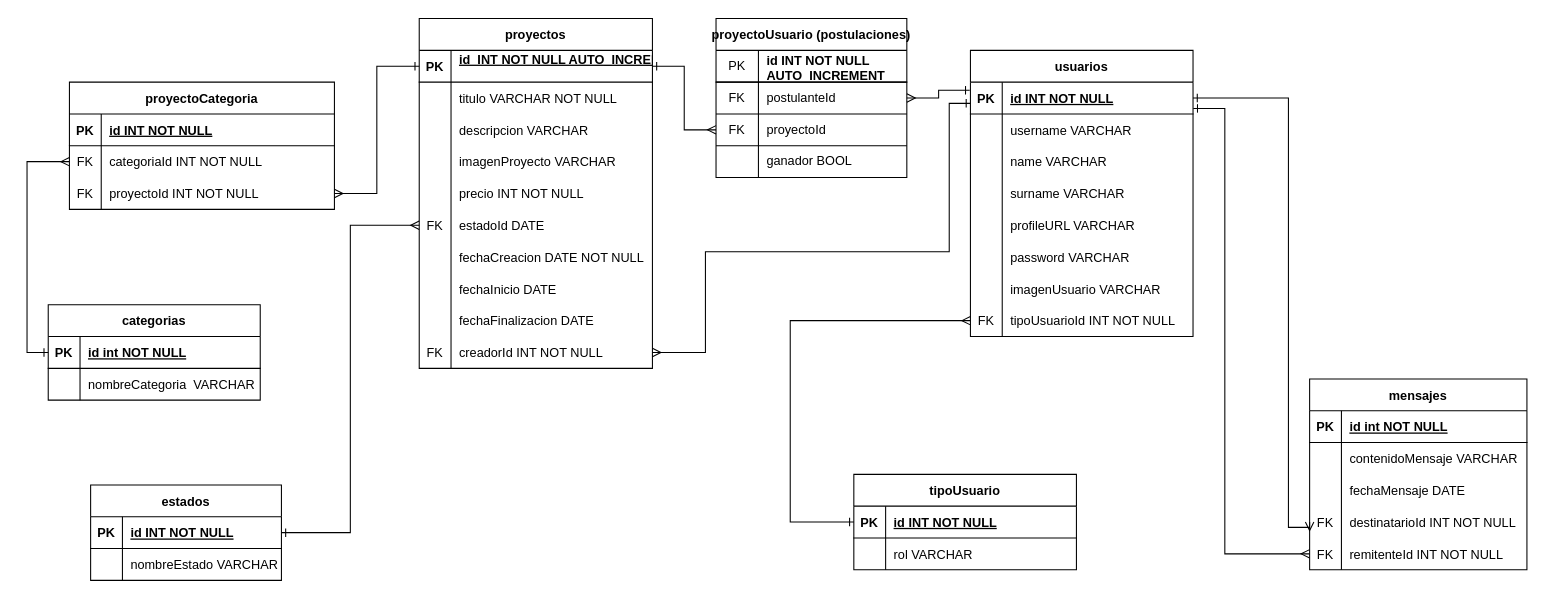
Before: docs/Diagrama_ER.drawio in 0122CDFSNCN06LAED/grupo-05, a draw.io diagram. Source tidied: cells renumbered, new cells numbered last; positions are measured from the earlier drawing's top-left corner, leaving out a move shared by most shapes. Both pictures are drawn from the tidied source at 106%, with x=0, y=0 at pixel (48, 18).
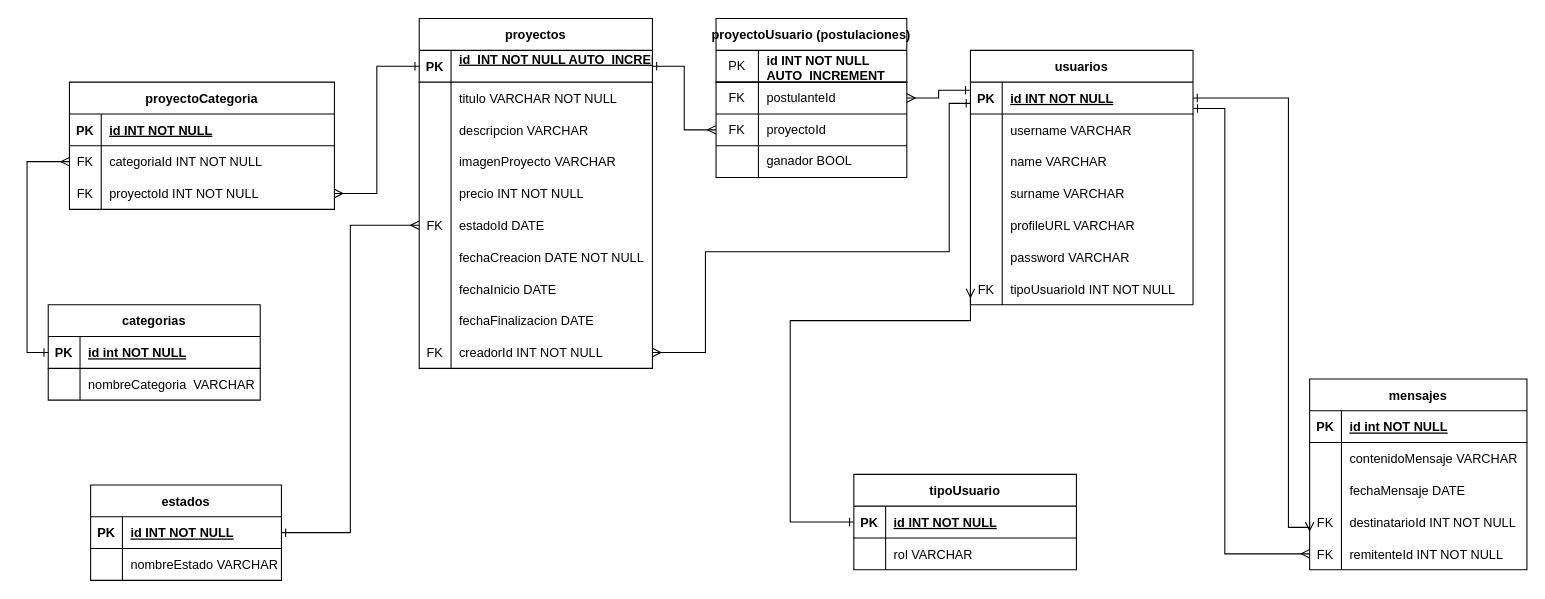
After the change.

Commit message (it also covers changes not shown here):
actualizacion database script

Diff of the diagram source:
```diff
@@
     <mxCell id="2" value="usuarios" style="shape=table;startSize=30;childLayout=tableLayout;rowLines=0;fontStyle=1;align=center;" parent="1" vertex="1">
-      <mxGeometry x="870" y="30" width="210" height="270" as="geometry" />
+      <mxGeometry x="870" y="30" width="210" height="240" as="geometry" />
     </mxCell>
@@
-    <mxCell id="21" style="shape=tableRow;horizontal=0;startSize=0;swimlaneHead=0;swimlaneBody=0;fillColor=none;top=0;left=0;right=0;bottom=0;" parent="2" vertex="1">
-      <mxGeometry y="210" width="210" height="30" as="geometry" />
-    </mxCell>
-    <mxCell id="22" style="shape=partialRectangle;fillColor=none;top=0;left=0;bottom=0;right=0;overflow=hidden;" parent="21" vertex="1">
-      <mxGeometry width="30" height="30" as="geometry" />
-    </mxCell>
-    <mxCell id="23" value="imagenUsuario VARCHAR" style="shape=partialRectangle;fillColor=none;top=0;left=0;bottom=0;right=0;align=left;spacingLeft=6;overflow=hidden;" parent="21" vertex="1">
-      <mxGeometry x="30" width="180" height="30" as="geometry" />
-    </mxCell>
     <mxCell id="24" style="shape=tableRow;horizontal=0;startSize=0;swimlaneHead=0;swimlaneBody=0;fillColor=none;points=[[0,0.5],[1,0.5]];portConstraint=eastwest;top=0;left=0;right=0;bottom=0;" parent="2" vertex="1">
-      <mxGeometry y="240" width="210" height="30" as="geometry" />
+      <mxGeometry y="210" width="210" height="30" as="geometry" />
     </mxCell>
```
